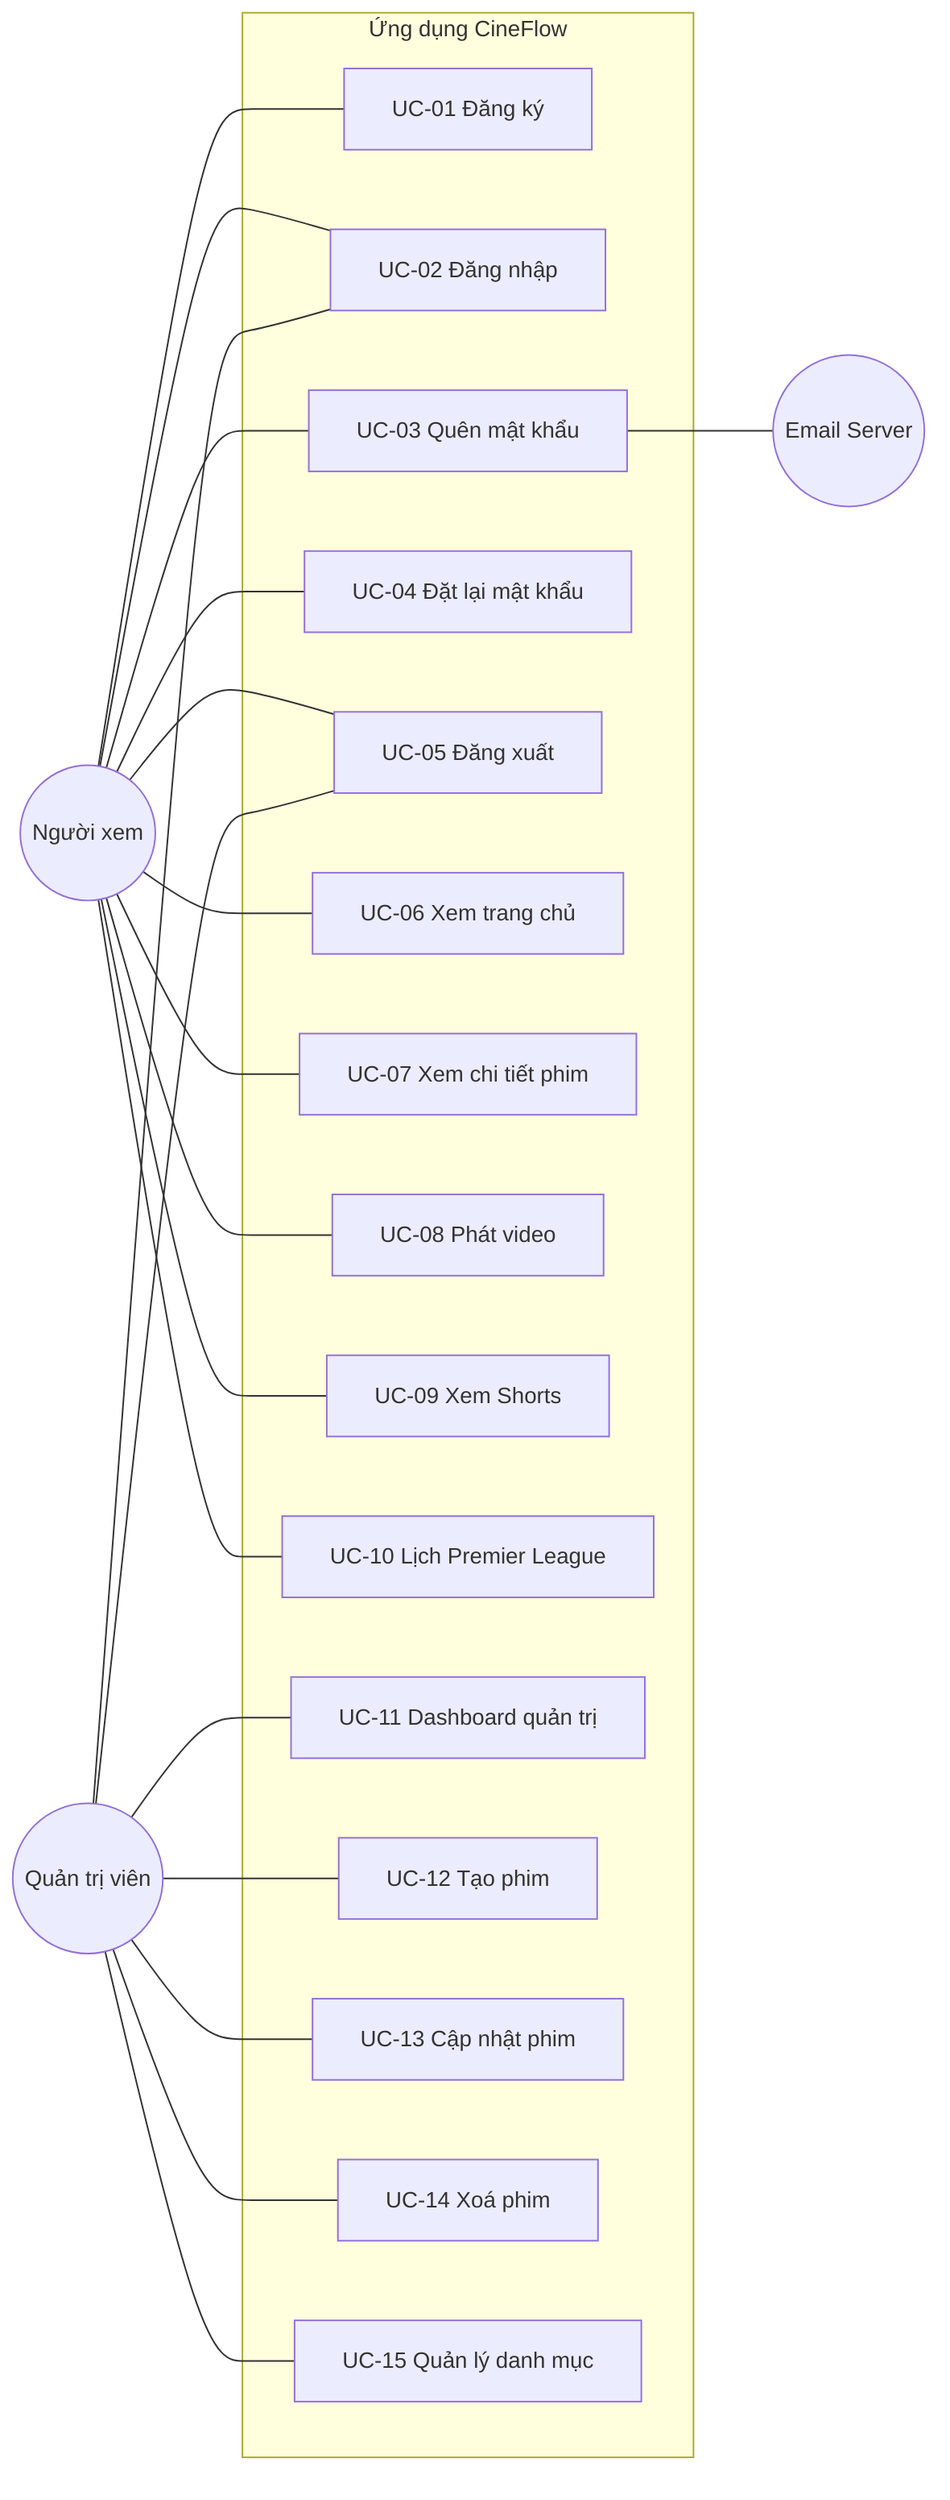
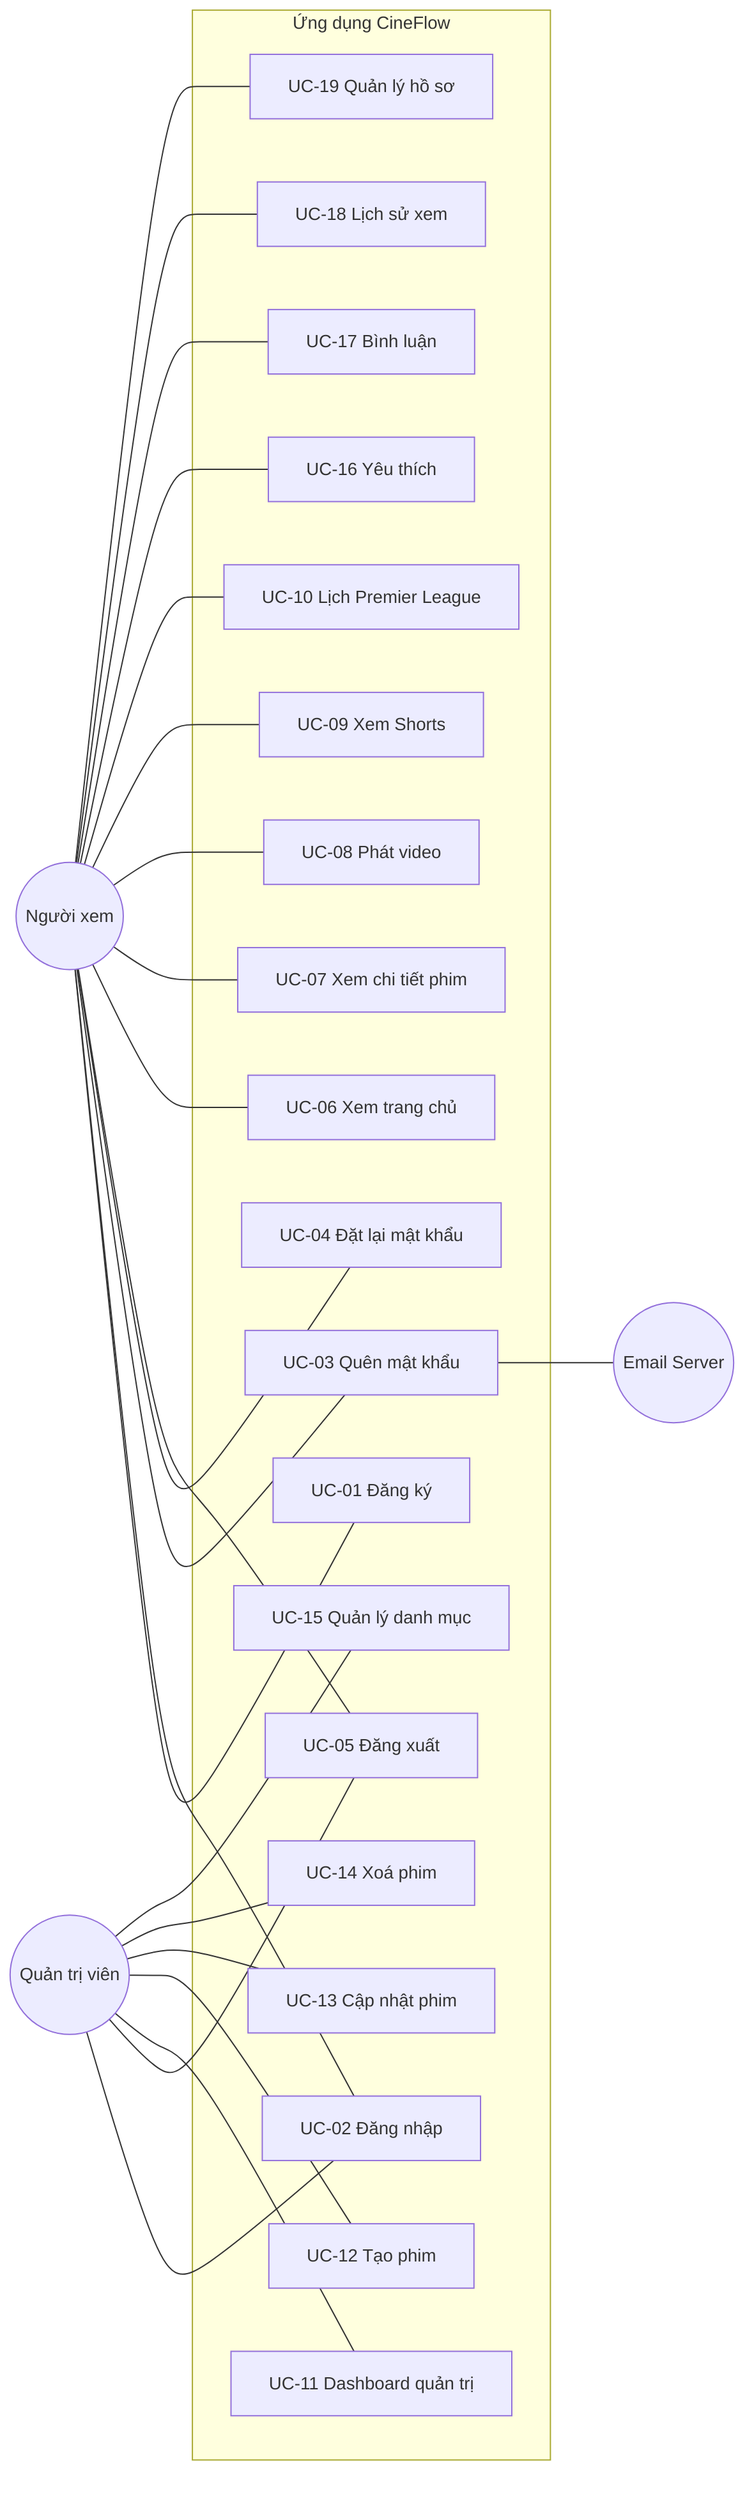
%%{init: {"theme": "default", "themeVariables": {"fontSize": "14px"}}}%%
flowchart LR
    User((Người xem))
    Admin((Quản trị viên))
    Email((Email Server))

    subgraph CineFlow["Ứng dụng CineFlow"]
        UC1[UC-01 Đăng ký]
        UC2[UC-02 Đăng nhập]
        UC3[UC-03 Quên mật khẩu]
        UC4[UC-04 Đặt lại mật khẩu]
        UC5[UC-05 Đăng xuất]
        UC6[UC-06 Xem trang chủ]
        UC7[UC-07 Xem chi tiết phim]
        UC8[UC-08 Phát video]
        UC9[UC-09 Xem Shorts]
        UC10[UC-10 Lịch Premier League]
        UC11[UC-11 Dashboard quản trị]
        UC12[UC-12 Tạo phim]
        UC13[UC-13 Cập nhật phim]
        UC14[UC-14 Xoá phim]
        UC15[UC-15 Quản lý danh mục]
+         UC16[UC-16 Yêu thích]
+         UC17[UC-17 Bình luận]
+         UC18[UC-18 Lịch sử xem]
+         UC19[UC-19 Quản lý hồ sơ]
    end

    User --- UC1
    User --- UC2
    User --- UC3
    User --- UC4
    User --- UC5
    User --- UC6
    User --- UC7
    User --- UC8
    User --- UC9
    User --- UC10
+     User --- UC16
+     User --- UC17
+     User --- UC18
+     User --- UC19

    Admin --- UC2
    Admin --- UC5
    Admin --- UC11
    Admin --- UC12
    Admin --- UC13
    Admin --- UC14
    Admin --- UC15

    UC3 --- Email
